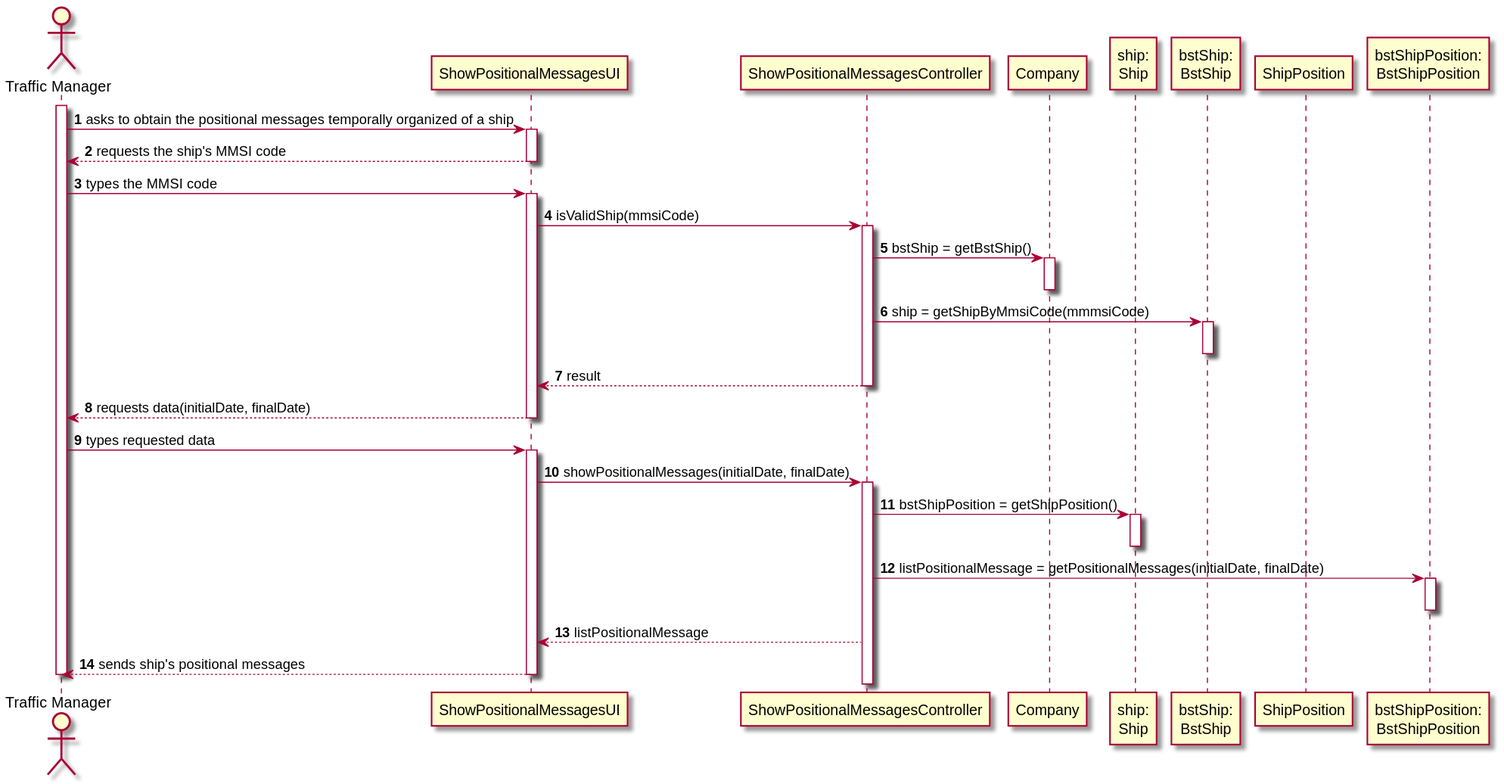
Earlier version of the PlantUML export docs/US103/US103_SD.svg (ana-albergaria/LAPR3-ISEP). The source it was exported from:
```plantuml
@startuml

autonumber
actor "Traffic Manager" as TM

participant "ShowPositionalMessagesUI" as UI
participant "ShowPositionalMessagesController" as CTRL
participant "Company" as COMP
participant "ship:\nShip" as S
participant "bstShip:\nBstShip" as BstShip
participant "ShipPosition" as SP
participant "bstShipPosition:\nBstShipPosition" as BstPosition


activate TM
TM -> "UI" : asks to obtain the positional messages temporally organized of a ship
activate "UI"
"UI" --> TM : requests the ship's MMSI code
deactivate "UI"
TM -> "UI" : types the MMSI code
activate "UI"
UI -> CTRL : isValidShip(mmsiCode)
activate CTRL
CTRL -> COMP : bstShip = getBstShip()
activate COMP
deactivate COMP
CTRL -> BstShip : ship = getShipByMmsiCode(mmmsiCode)
activate BstShip
deactivate BstShip
CTRL --> UI : result
deactivate CTRL
"UI" --> TM : requests data(initialDate, finalDate)
deactivate "UI"
TM -> "UI" : types requested data
activate "UI"
UI -> CTRL : showPositionalMessages(initialDate, finalDate)
activate CTRL
CTRL -> S : bstShipPosition = getShipPosition()
activate S
deactivate S
CTRL -> BstPosition : listPositionalMessage = getPositionalMessages(initialDate, finalDate)
activate BstPosition
deactivate BstPosition
CTRL --> UI : listPositionalMessage
"UI" --> TM : sends ship's positional messages

deactivate "UI"

deactivate TM

@enduml
```
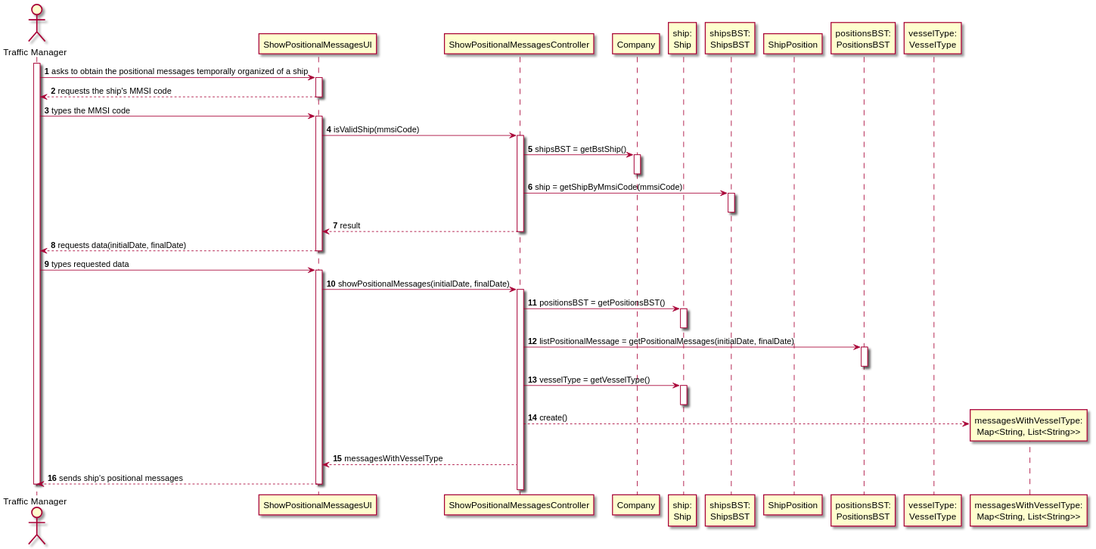
Above is the later version.

What changed in the source:
```diff
@@ -7,9 +7,11 @@
 participant "ShowPositionalMessagesController" as CTRL
 participant "Company" as COMP
 participant "ship:\nShip" as S
-participant "bstShip:\nBstShip" as BstShip
+participant "shipsBST:\nShipsBST" as BstShip
 participant "ShipPosition" as SP
-participant "bstShipPosition:\nBstShipPosition" as BstPosition
+participant "positionsBST:\nPositionsBST" as BstPosition
+participant "vesselType:\nVesselType" as VESSEL_TYPE
+participant "messagesWithVesselType:\nMap<String, List<String>>" as MAP
 
 
 activate TM
@@ -21,10 +23,10 @@
 activate "UI"
 UI -> CTRL : isValidShip(mmsiCode)
 activate CTRL
-CTRL -> COMP : bstShip = getBstShip()
+CTRL -> COMP : shipsBST = getBstShip()
 activate COMP
 deactivate COMP
-CTRL -> BstShip : ship = getShipByMmsiCode(mmmsiCode)
+CTRL -> BstShip : ship = getShipByMmsiCode(mmsiCode)
 activate BstShip
 deactivate BstShip
 CTRL --> UI : result
@@ -35,13 +37,17 @@
 activate "UI"
 UI -> CTRL : showPositionalMessages(initialDate, finalDate)
 activate CTRL
-CTRL -> S : bstShipPosition = getShipPosition()
+CTRL -> S : positionsBST = getPositionsBST()
 activate S
 deactivate S
 CTRL -> BstPosition : listPositionalMessage = getPositionalMessages(initialDate, finalDate)
 activate BstPosition
 deactivate BstPosition
-CTRL --> UI : listPositionalMessage
+CTRL -> S : vesselType = getVesselType()
+activate S
+deactivate S
+CTRL --> MAP** : create()
+CTRL --> UI : messagesWithVesselType
 "UI" --> TM : sends ship's positional messages
 
 deactivate "UI"
```
